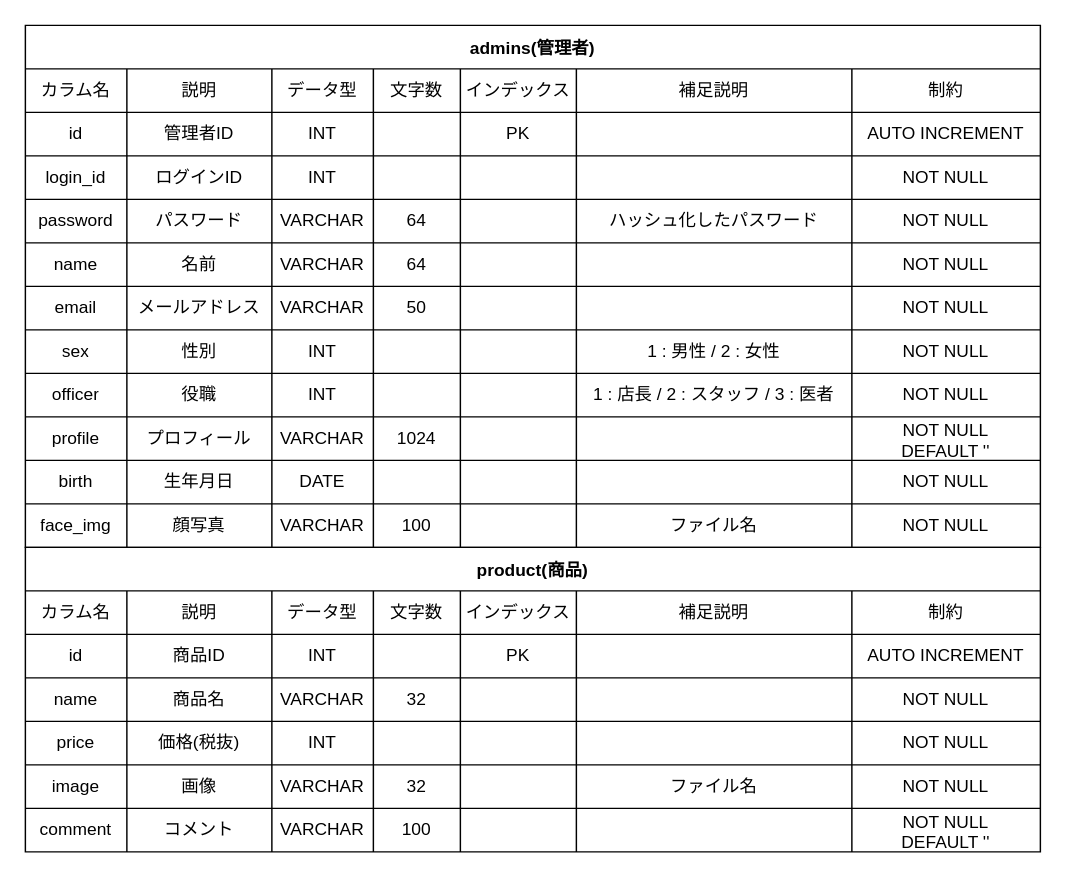
YasukoPooh/DogService keeps this draw.io diagram as page "管理" (1 of 2) of docs/tables.drawio. Above is the earlier version. Source tidied: cells renumbered, new cells numbered last; positions are measured from the earlier drawing's top-left corner, leaving out a move shared by most shapes. Both pictures are drawn from the tidied source at 145%, with x=0, y=0 at pixel (25, 25).
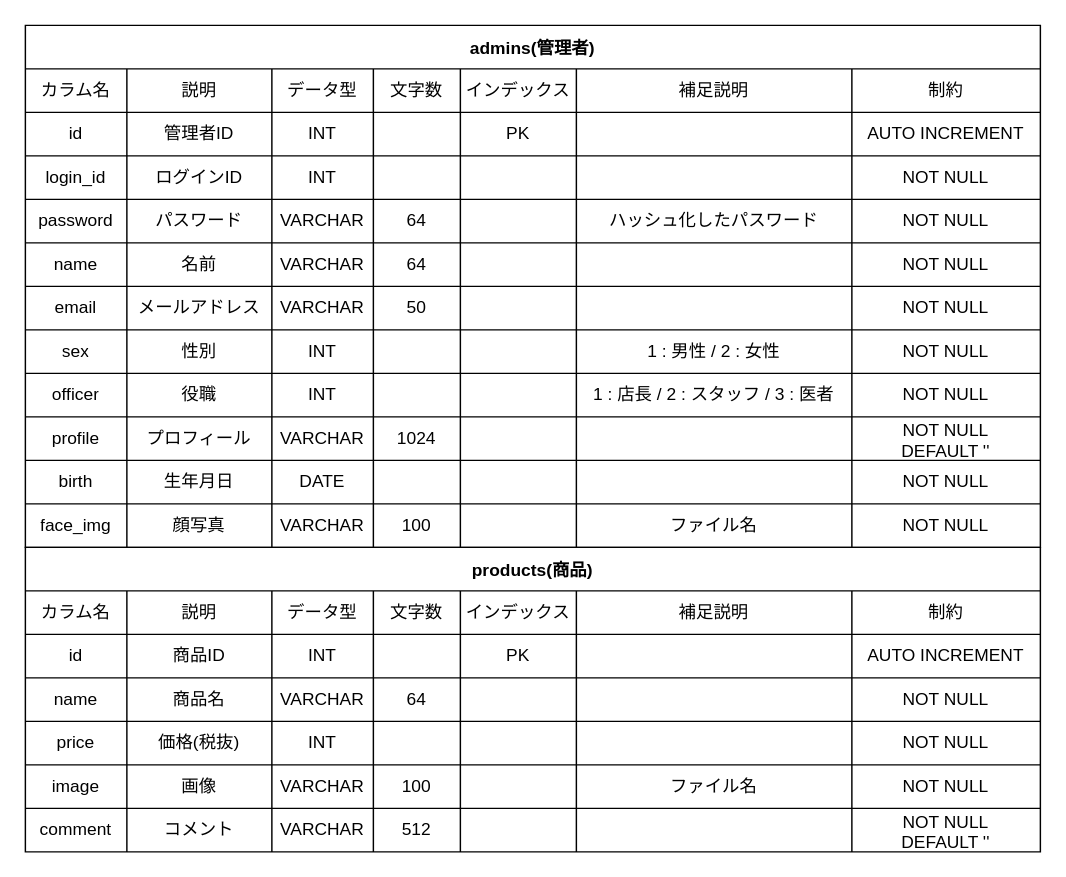
Above is the later version.

The change refers to these unchanged cells:
```xml
<mxCell id="108" style="shape=partialRectangle;html=1;whiteSpace=wrap;fillColor=none;top=0;left=0;bottom=0;right=0;" parent="91" vertex="1">
  <mxGeometry y="90" width="700" height="30" as="geometry" />
</mxCell>
<mxCell id="124" style="shape=partialRectangle;html=1;whiteSpace=wrap;fillColor=none;top=0;left=0;bottom=0;right=0;" parent="91" vertex="1">
  <mxGeometry y="150" width="700" height="30" as="geometry" />
</mxCell>
<mxCell id="132" style="shape=partialRectangle;html=1;whiteSpace=wrap;fillColor=none;top=0;left=0;bottom=0;right=0;" parent="91" vertex="1">
  <mxGeometry y="180" width="700" height="30" as="geometry" />
</mxCell>
```

What changed in the source:
```diff
@@
-    <mxCell id="91" value="product(商品)" style="shape=table;startSize=30;childLayout=tableLayout;fontStyle=1;align=center;" parent="1" vertex="1">
+    <mxCell id="91" value="products(商品)" style="shape=table;startSize=30;childLayout=tableLayout;fontStyle=1;align=center;" parent="1" vertex="1">
       <mxGeometry y="360" width="700" height="210" as="geometry" />
     </mxCell>
@@
-    <mxCell id="112" value="32" style="shape=partialRectangle;html=1;whiteSpace=wrap;fillColor=none;top=0;left=0;bottom=0;right=0;overflow=hidden;" parent="108" vertex="1">
+    <mxCell id="112" value="64" style="shape=partialRectangle;html=1;whiteSpace=wrap;fillColor=none;top=0;left=0;bottom=0;right=0;overflow=hidden;" parent="108" vertex="1">
       <mxGeometry x="240" width="60" height="30" as="geometry" />
     </mxCell>
@@
-    <mxCell id="128" value="32" style="shape=partialRectangle;html=1;whiteSpace=wrap;fillColor=none;top=0;left=0;bottom=0;right=0;overflow=hidden;" parent="124" vertex="1">
+    <mxCell id="128" value="100" style="shape=partialRectangle;html=1;whiteSpace=wrap;fillColor=none;top=0;left=0;bottom=0;right=0;overflow=hidden;" parent="124" vertex="1">
       <mxGeometry x="240" width="60" height="30" as="geometry" />
     </mxCell>
@@
-    <mxCell id="136" value="100" style="shape=partialRectangle;html=1;whiteSpace=wrap;fillColor=none;top=0;left=0;bottom=0;right=0;overflow=hidden;" parent="132" vertex="1">
+    <mxCell id="136" value="512" style="shape=partialRectangle;html=1;whiteSpace=wrap;fillColor=none;top=0;left=0;bottom=0;right=0;overflow=hidden;" parent="132" vertex="1">
       <mxGeometry x="240" width="60" height="30" as="geometry" />
     </mxCell>
```
